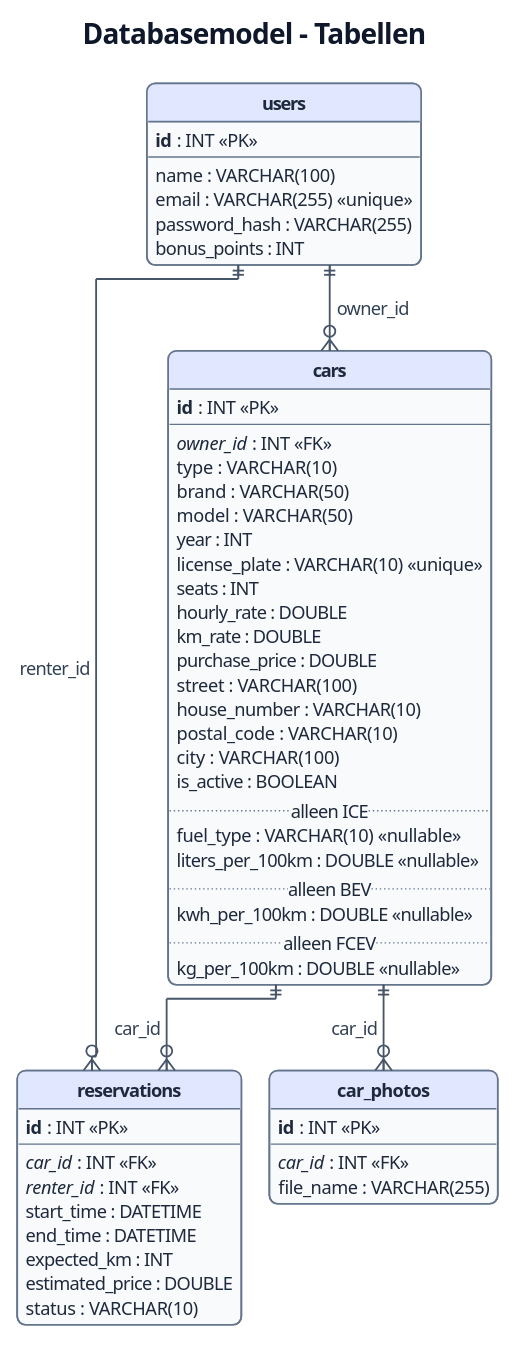
ThimoHarte/RentMyCar keeps this PlantUML diagram as docs/images/database-model.svg. Above is the earlier version.
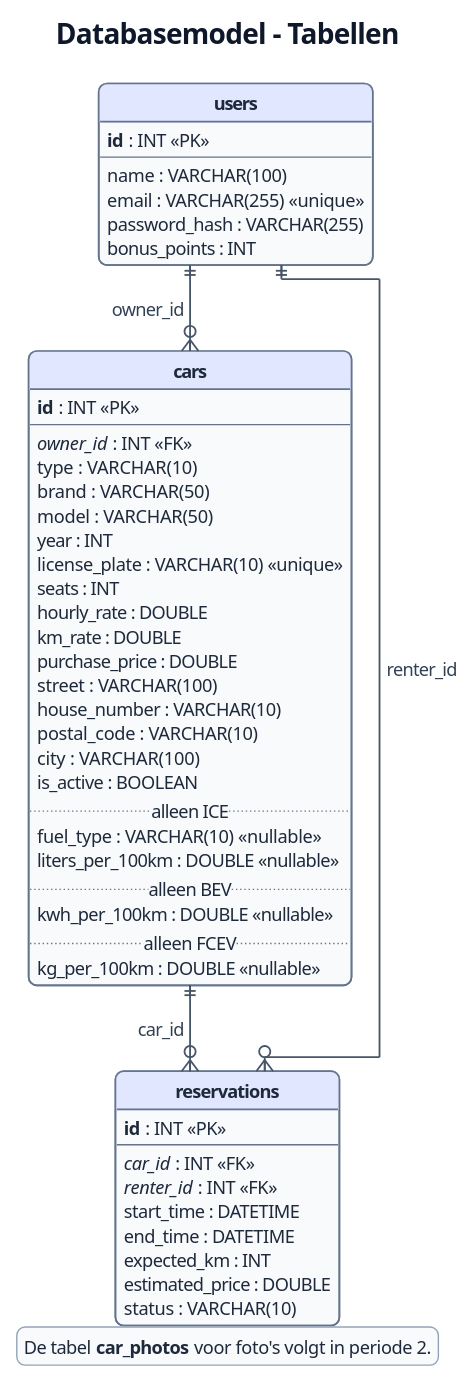
The same file after the commit.

Change to the diagram source:
```diff
@@ -44,13 +44,6 @@
   kg_per_100km : DOUBLE <<nullable>>
 }
 
-entity "car_photos" as photos {
-  <b>id</b> : INT <<PK>>
-  --
-  <i>car_id</i> : INT <<FK>>
-  file_name : VARCHAR(255)
-}
-
 entity "reservations" as reservations {
   <b>id</b> : INT <<PK>>
   --
@@ -66,5 +59,8 @@
 users ||--o{ cars : "owner_id"
 users ||--o{ reservations : "renter_id"
 cars ||--o{ reservations : "car_id"
-cars ||--o{ photos : "car_id"
+
+legend bottom
+  De tabel <b>car_photos</b> voor foto's volgt in periode 2.
+endlegend
 @enduml
```
